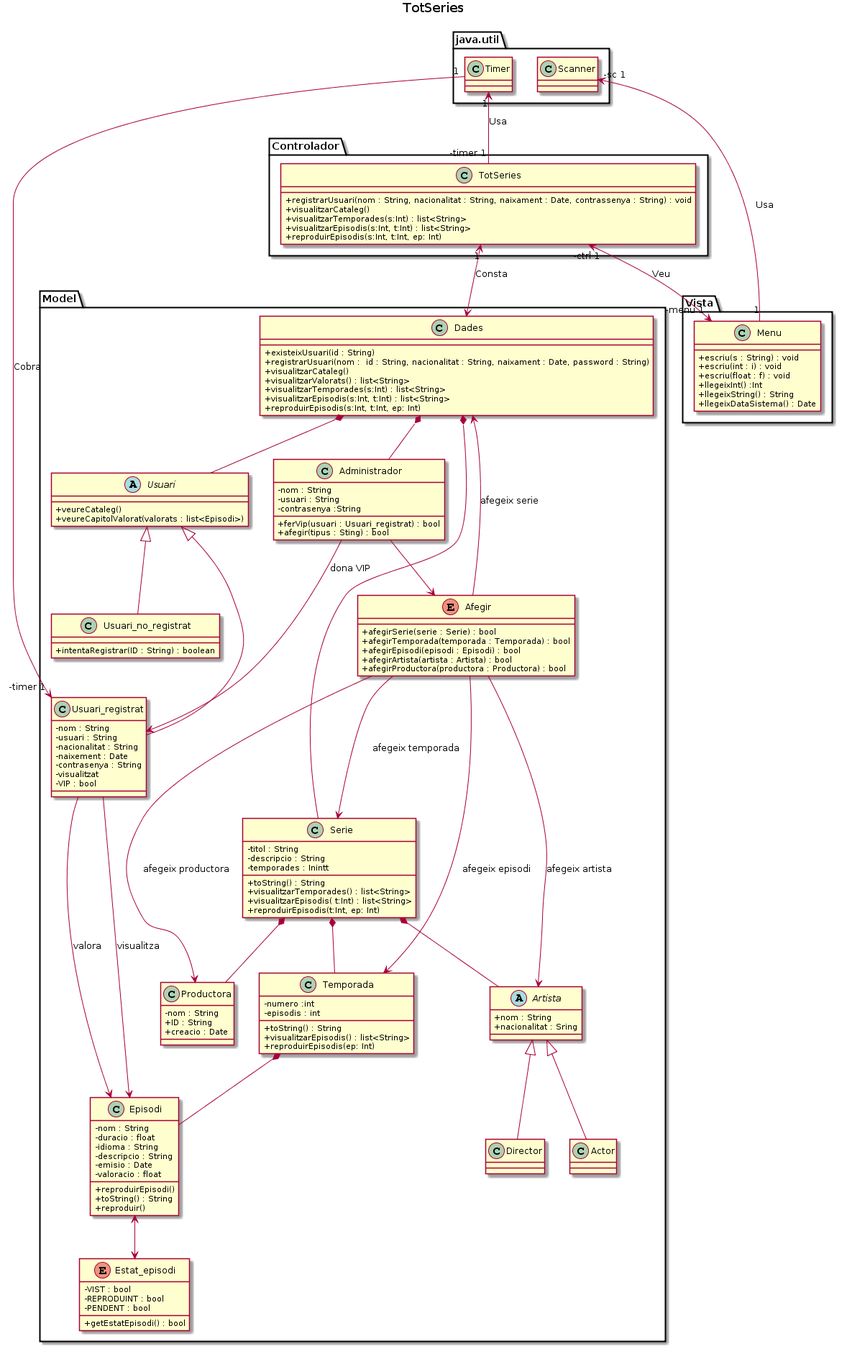
Earlier version of the PlantUML export Lab4/DCD/DCD_9000.png (Ralleg314/DS).
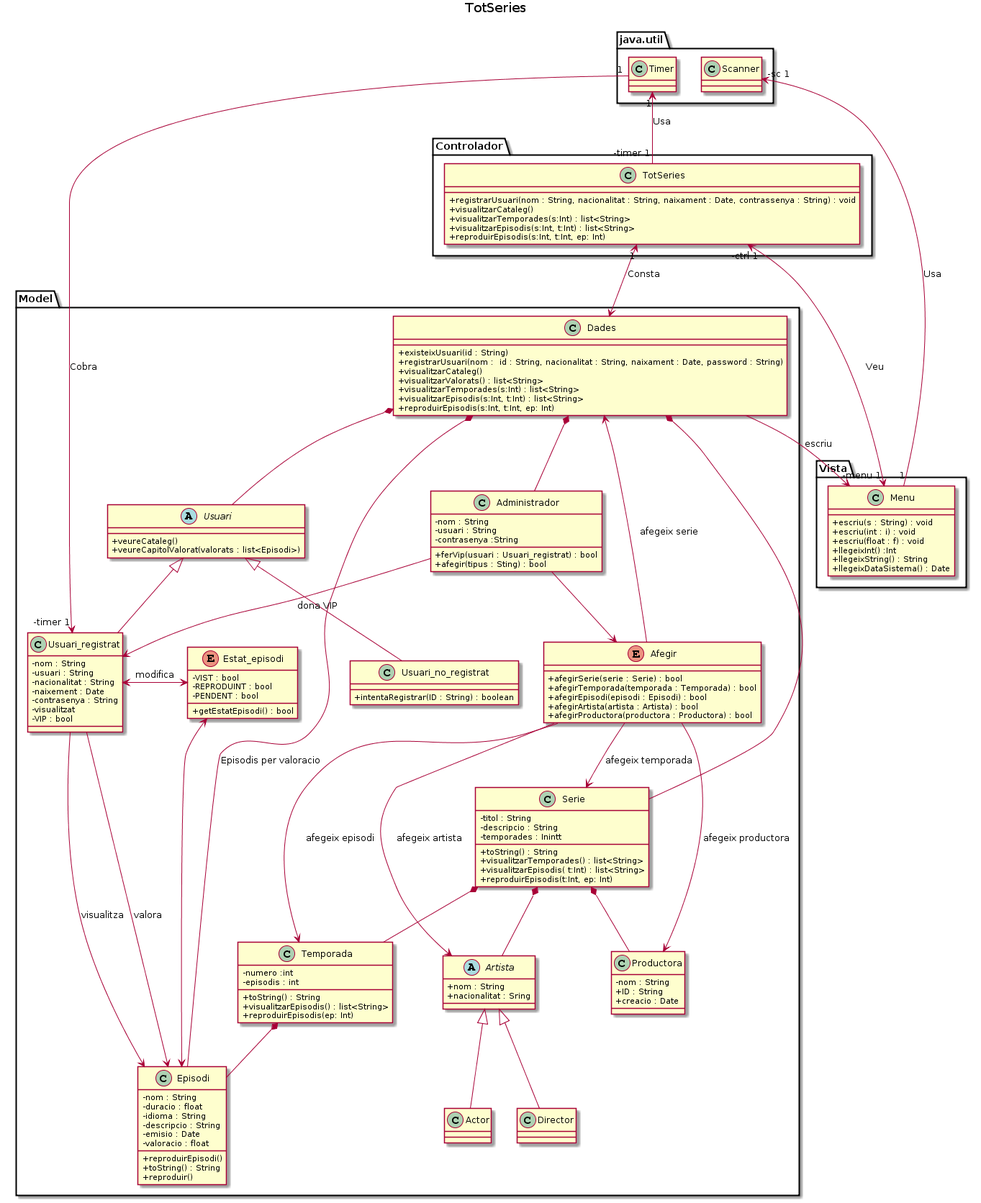
The same diagram one commit later.

The edit, as a diff of the source:
```diff
@@ -139,6 +139,7 @@
 
     Dades *-- Usuari
     Dades *-- Administrador
+    Dades *-- Episodi : Episodis per valoracio
     Usuari <|-- Usuari_registrat
     Usuari <|-- Usuari_no_registrat
     Administrador --> Usuari_registrat : dona VIP
@@ -146,6 +147,7 @@
 
     Usuari_registrat --> Episodi : valora
     Usuari_registrat --> Episodi : visualitza
+    Usuari_registrat <-> Estat_episodi : modifica
 
     Afegir --> Dades : afegeix serie
     Afegir --> Serie : afegeix temporada
@@ -159,6 +161,7 @@
 
 Controlador.TotSeries "1" <->  Model.Dades : Consta
 Controlador.TotSeries "-ctrl 1" <-> "-menu 1" Vista.Menu : Veu
+Model.Dades -> Vista.Menu : escriu
 java.util.Timer "1" <- "-timer 1" Controlador.TotSeries : Usa
 java.util.Timer "1" -> "-timer 1" Model.Usuari_registrat : Cobra
 java.util.Scanner "-sc 1" <- "1" Vista.Menu : Usa
```
